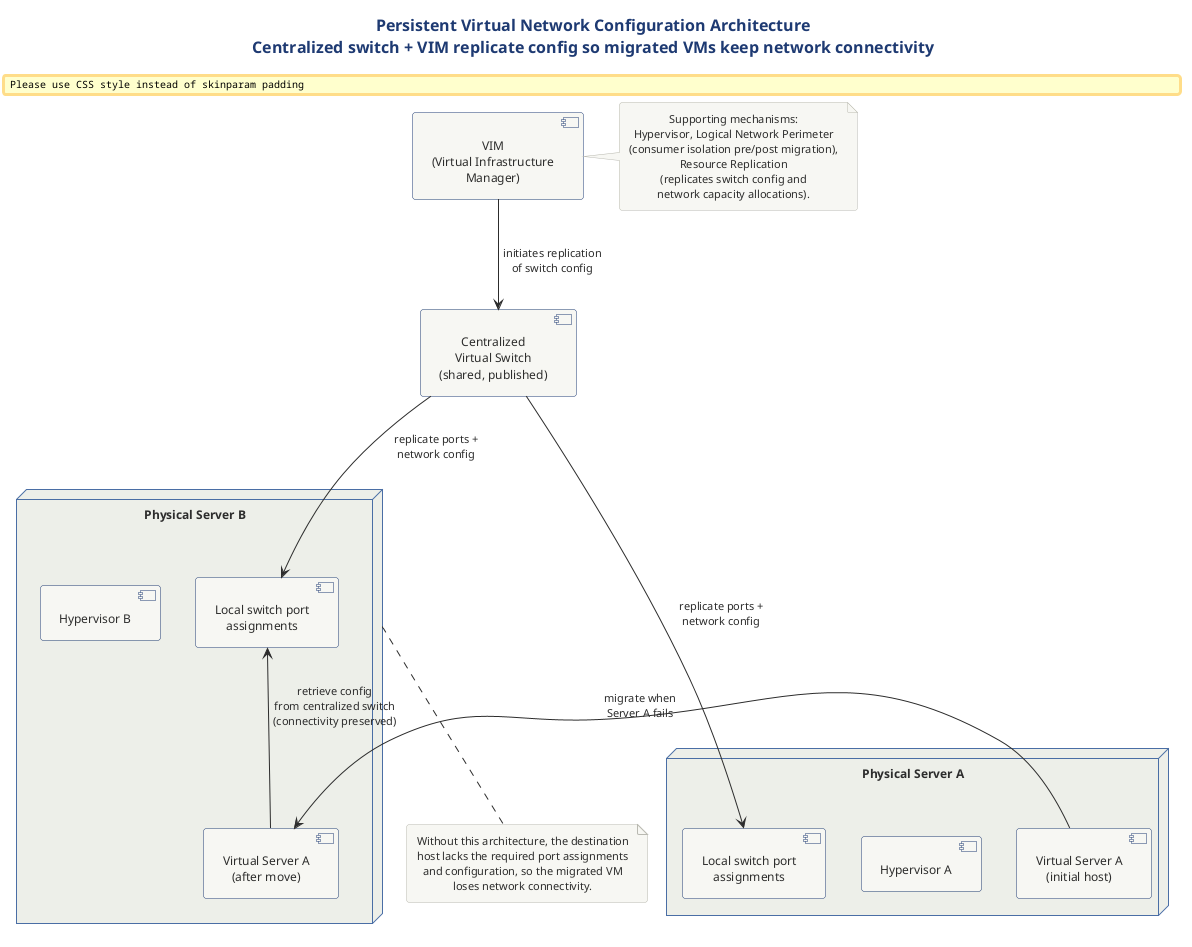
The PlantUML diagram src/architecture/cloud/architecture/cloud-architecture-diagram-library/specialized-cloud-architectures-puml/png/09-persistent-virtual-network-configuration.png in Notoriousjayy/latex-docs, before a commit. Its diagram source:
```plantuml
@startuml persistent_virtual_network_configuration
!include ../../../../../../tooling/styles/plantuml/structural/deployment-diagram-style.iuml

title Persistent Virtual Network Configuration Architecture\nCentralized switch + VIM replicate config so migrated VMs keep network connectivity

component "VIM\n(Virtual Infrastructure\nManager)" as vim
component "Centralized\nVirtual Switch\n(shared, published)" as cvs

node "Physical Server A" as psa {
  component "Hypervisor A" as hv1
  component "Virtual Server A\n(initial host)" as vsa1
  component "Local switch port\nassignments" as lp1
}

node "Physical Server B" as psb {
  component "Hypervisor B" as hv2
  component "Virtual Server A\n(after move)" as vsa2
  component "Local switch port\nassignments" as lp2
}

vim -down-> cvs : initiates replication\nof switch config
cvs -down-> lp1 : replicate ports +\nnetwork config
cvs -down-> lp2 : replicate ports +\nnetwork config

vsa1 -right-> vsa2 : migrate when\nServer A fails
vsa2 -up-> lp2 : retrieve config\nfrom centralized switch\n(connectivity preserved)

note bottom of psb
  Without this architecture, the destination
  host lacks the required port assignments
  and configuration, so the migrated VM
  loses network connectivity.
end note

note right of vim
  Supporting mechanisms:
  Hypervisor, Logical Network Perimeter
  (consumer isolation pre/post migration),
  Resource Replication
  (replicates switch config and
  network capacity allocations).
end note

@enduml
```
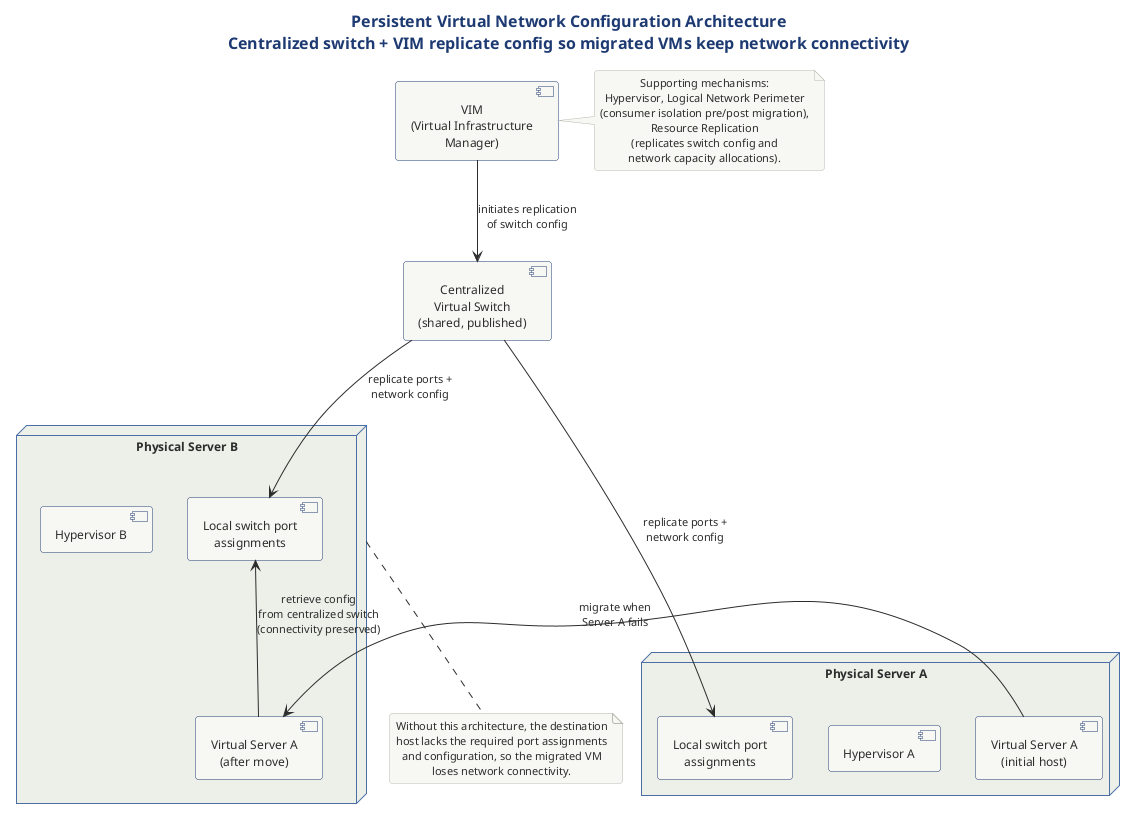
The same diagram one commit later.

The edit, as a diff of the source:
```diff
@@ -1,4 +1,4 @@
-@startuml persistent_virtual_network_configuration
+@startuml
 !include ../../../../../../tooling/styles/plantuml/structural/deployment-diagram-style.iuml
 
 title Persistent Virtual Network Configuration Architecture\nCentralized switch + VIM replicate config so migrated VMs keep network connectivity
```
